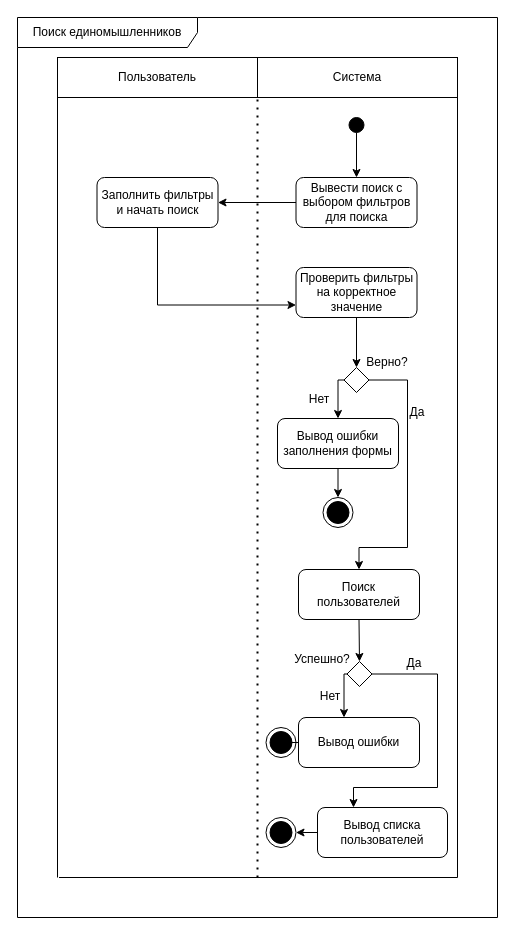
Above: docs/raw_diagrams/поиск_единомышленников++.drawio in AS2/habrolink (draw.io), before the change. Source tidied: cells renumbered, new cells numbered last; positions are measured from the earlier drawing's top-left corner, leaving out a move shared by most shapes. Both pictures are drawn from the tidied source at 100%, with x=0, y=0 at pixel (17, 17).
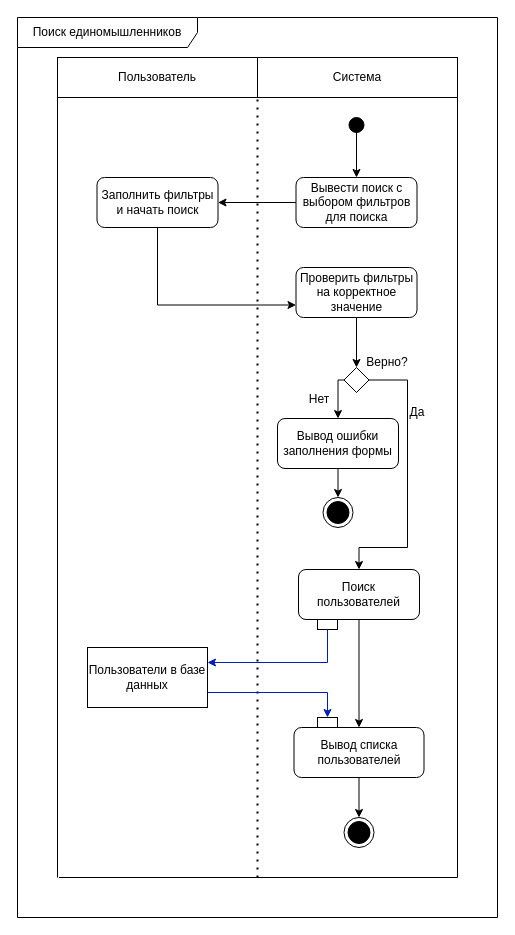
The same diagram, later.

The change refers to these unchanged cells:
```xml
<mxCell id="21" value="Поиск пользователей" style="text;html=1;strokeColor=default;fillColor=none;align=center;verticalAlign=middle;whiteSpace=wrap;rounded=1;" parent="1" vertex="1">
  <mxGeometry x="281" y="552" width="121" height="50" as="geometry" />
</mxCell>
```

What changed in the source:
```diff
@@
-    <mxCell id="22" style="endArrow=classic;html=1;rounded=0;exitX=0.5;exitY=1;exitDx=0;exitDy=0;entryX=0.5;entryY=0;entryDx=0;entryDy=0;" parent="1" edge="1" source="21" target="25">
+    <mxCell id="22" style="endArrow=classic;html=1;rounded=0;exitX=0.5;exitY=1;exitDx=0;exitDy=0;entryX=0.5;entryY=0;entryDx=0;entryDy=0;" parent="1" edge="1" source="21" target="35">
       <mxGeometry relative="1" as="geometry" />
     </mxCell>
-    <mxCell id="23" style="edgeStyle=orthogonalEdgeStyle;rounded=0;jettySize=auto;html=1;exitX=1;exitY=0.5;exitDx=0;exitDy=0;entryX=0.5;entryY=0;entryDx=0;entryDy=0;" parent="1" edge="1" source="25">
-      <mxGeometry relative="1" as="geometry">
-        <mxPoint x="336" y="790" as="targetPoint" />
-        <Array as="points">
-          <mxPoint x="420" y="657" />
-          <mxPoint x="420" y="770" />
-          <mxPoint x="336" y="770" />
-        </Array>
-      </mxGeometry>
-    </mxCell>
-    <mxCell id="24" style="edgeStyle=orthogonalEdgeStyle;rounded=0;jettySize=auto;html=1;exitX=0;exitY=0.5;exitDx=0;exitDy=0;entryX=0.5;entryY=0;entryDx=0;entryDy=0;" parent="1" edge="1" source="25">
-      <mxGeometry relative="1" as="geometry">
-        <mxPoint x="326.5" y="700" as="targetPoint" />
-        <Array as="points">
-          <mxPoint x="326" y="657" />
-        </Array>
-      </mxGeometry>
-    </mxCell>
-    <mxCell id="25" style="rhombus;whiteSpace=wrap;html=1;" parent="1" vertex="1">
-      <mxGeometry x="329.5" y="644" width="25" height="25" as="geometry" />
-    </mxCell>
-    <mxCell id="26" value="Успешно?" style="text;html=1;strokeColor=none;fillColor=none;align=center;verticalAlign=middle;whiteSpace=wrap;rounded=0;" parent="1" vertex="1">
-      <mxGeometry x="275" y="629" width="60" height="25" as="geometry" />
-    </mxCell>
@@
-    <mxCell id="29" value="Нет" style="text;html=1;strokeColor=none;fillColor=none;align=center;verticalAlign=middle;whiteSpace=wrap;rounded=0;" parent="1" vertex="1">
-      <mxGeometry x="283" y="664" width="60" height="30" as="geometry" />
-    </mxCell>
@@
-    <mxCell id="31" value="Да" style="text;html=1;strokeColor=none;fillColor=none;align=center;verticalAlign=middle;whiteSpace=wrap;rounded=0;" parent="1" vertex="1">
-      <mxGeometry x="367" y="631" width="60" height="30" as="geometry" />
-    </mxCell>
-    <mxCell id="32" style="edgeStyle=orthogonalEdgeStyle;rounded=0;jettySize=auto;html=1;exitX=0;exitY=0.5;exitDx=0;exitDy=0;entryX=1;entryY=0.5;entryDx=0;entryDy=0;" parent="1" edge="1" source="33">
-      <mxGeometry relative="1" as="geometry">
-        <mxPoint x="259.5" y="725" as="targetPoint" />
-      </mxGeometry>
-    </mxCell>
-    <mxCell id="33" value="Вывод ошибки" style="text;html=1;strokeColor=default;fillColor=none;align=center;verticalAlign=middle;whiteSpace=wrap;rounded=1;" parent="1" vertex="1">
-      <mxGeometry x="281" y="700" width="121" height="50" as="geometry" />
-    </mxCell>
-    <mxCell id="34" style="ellipse;html=1;shape=endState;fillColor=strokeColor;" parent="1" vertex="1">
-      <mxGeometry x="248.5" y="710" width="30" height="30" as="geometry" />
-    </mxCell>
     <mxCell id="35" value="Вывод списка пользователей" style="text;html=1;strokeColor=default;fillColor=none;align=center;verticalAlign=middle;whiteSpace=wrap;rounded=1;" parent="1" vertex="1">
-      <mxGeometry x="300" y="790" width="130" height="50" as="geometry" />
+      <mxGeometry x="276.5" y="710" width="130" height="50" as="geometry" />
     </mxCell>
@@
     <mxCell id="37" style="ellipse;html=1;shape=endState;fillColor=strokeColor;" parent="1" vertex="1">
-      <mxGeometry x="248.5" y="800" width="30" height="30" as="geometry" />
+      <mxGeometry x="326.5" y="800" width="30" height="30" as="geometry" />
     </mxCell>
-    <mxCell id="38" style="edgeStyle=orthogonalEdgeStyle;rounded=0;jettySize=auto;html=1;entryX=1;entryY=0.5;entryDx=0;entryDy=0;" parent="1" edge="1" target="37">
-      <mxGeometry relative="1" as="geometry">
-        <mxPoint x="300" y="815" as="sourcePoint" />
-      </mxGeometry>
+    <mxCell id="38" style="edgeStyle=orthogonalEdgeStyle;rounded=0;jettySize=auto;html=1;entryX=0.5;entryY=0;entryDx=0;entryDy=0;exitX=0.5;exitY=1;exitDx=0;exitDy=0;" parent="1" edge="1" source="35" target="37">
+      <mxGeometry relative="1" as="geometry" />
     </mxCell>
@@
+    <mxCell id="40" value="Пользователи в базе данных" style="rounded=0;whiteSpace=wrap;html=1;" parent="1" vertex="1">
+      <mxGeometry x="70" y="630" width="120" height="60" as="geometry" />
+    </mxCell>
+    <mxCell id="41" style="rounded=0;whiteSpace=wrap;html=1;" parent="1" vertex="1">
+      <mxGeometry x="300" y="602" width="20" height="10" as="geometry" />
+    </mxCell>
+    <mxCell id="42" style="rounded=0;whiteSpace=wrap;html=1;" parent="1" vertex="1">
+      <mxGeometry x="300" y="700" width="20" height="10" as="geometry" />
+    </mxCell>
+    <mxCell id="43" style="endArrow=classic;html=1;rounded=0;exitX=0.5;exitY=1;exitDx=0;exitDy=0;entryX=1;entryY=0.25;entryDx=0;entryDy=0;edgeStyle=orthogonalEdgeStyle;fillColor=#0050ef;strokeColor=#001DBC;" parent="1" edge="1" source="41" target="40">
+      <mxGeometry relative="1" as="geometry" />
+    </mxCell>
+    <mxCell id="44" style="endArrow=classic;html=1;rounded=0;exitX=1;exitY=0.75;exitDx=0;exitDy=0;entryX=0.5;entryY=0;entryDx=0;entryDy=0;edgeStyle=orthogonalEdgeStyle;fillColor=#0050ef;strokeColor=#001DBC;" parent="1" edge="1" source="40" target="42">
+      <mxGeometry relative="1" as="geometry" />
+    </mxCell>
```
